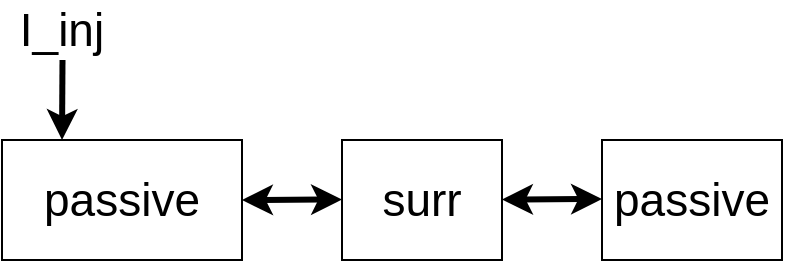
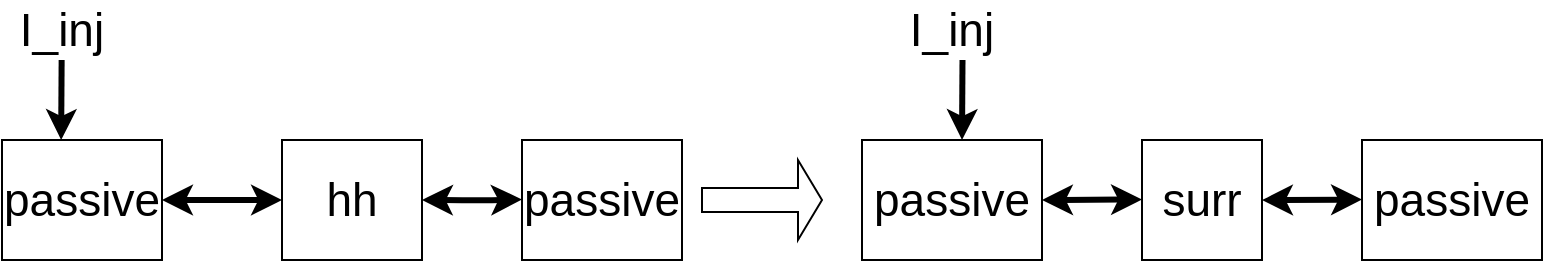
<mxfile host="65bd71144e">
    <diagram id="_xbEFQayqWQr-4GB-k65" name="Page-1">
-         <mxGraphModel dx="644" dy="670" grid="1" gridSize="10" guides="1" tooltips="1" connect="1" arrows="1" fold="1" page="1" pageScale="1" pageWidth="827" pageHeight="1169" math="0" shadow="0">
+         <mxGraphModel dx="1283" dy="591" grid="1" gridSize="10" guides="1" tooltips="1" connect="1" arrows="1" fold="1" page="1" pageScale="1" pageWidth="827" pageHeight="1169" math="0" shadow="0">
            <root>
                <mxCell id="0"/>
                <mxCell id="1" parent="0"/>
                <mxCell id="3" value="&lt;span style=&quot;font-size: 23px;&quot;&gt;surr&lt;/span&gt;" style="rounded=0;whiteSpace=wrap;html=1;" parent="1" vertex="1">
-                     <mxGeometry x="340" y="290" width="80" height="60" as="geometry"/>
+                     <mxGeometry x="320" y="290" width="60" height="60" as="geometry"/>
                </mxCell>
                <mxCell id="4" value="" style="endArrow=classic;startArrow=classic;html=1;strokeWidth=3;startFill=1;" parent="1" edge="1">
                    <mxGeometry width="50" height="50" relative="1" as="geometry">
-                         <mxPoint x="290" y="320" as="sourcePoint"/>
-                         <mxPoint x="340" y="319.75" as="targetPoint"/>
+                         <mxPoint x="270" y="320" as="sourcePoint"/>
+                         <mxPoint x="320" y="319.75" as="targetPoint"/>
                    </mxGeometry>
                </mxCell>
                <mxCell id="6" value="&lt;span style=&quot;font-size: 23px;&quot;&gt;passive&lt;/span&gt;" style="rounded=0;whiteSpace=wrap;html=1;" parent="1" vertex="1">
-                     <mxGeometry x="170" y="290" width="120" height="60" as="geometry"/>
+                     <mxGeometry x="180" y="290" width="90" height="60" as="geometry"/>
                </mxCell>
                <mxCell id="7" value="&lt;span style=&quot;font-size: 23px;&quot;&gt;passive&lt;/span&gt;" style="rounded=0;whiteSpace=wrap;html=1;" parent="1" vertex="1">
-                     <mxGeometry x="470" y="290" width="90" height="60" as="geometry"/>
+                     <mxGeometry x="430" y="290" width="90" height="60" as="geometry"/>
                </mxCell>
                <mxCell id="8" value="&lt;font style=&quot;font-size: 23px;&quot;&gt;I_inj&lt;/font&gt;" style="text;html=1;align=center;verticalAlign=middle;whiteSpace=wrap;rounded=0;" parent="1" vertex="1">
-                     <mxGeometry x="170" y="220" width="60" height="30" as="geometry"/>
+                     <mxGeometry x="195" y="225" width="60" height="20" as="geometry"/>
                </mxCell>
                <mxCell id="9" value="" style="endArrow=classic;html=1;strokeWidth=3;" parent="1" edge="1">
                    <mxGeometry width="50" height="50" relative="1" as="geometry">
-                         <mxPoint x="200.25" y="250" as="sourcePoint"/>
-                         <mxPoint x="200" y="290" as="targetPoint"/>
+                         <mxPoint x="230.25" y="250" as="sourcePoint"/>
+                         <mxPoint x="230" y="290" as="targetPoint"/>
                    </mxGeometry>
                </mxCell>
                <mxCell id="35" value="" style="endArrow=classic;startArrow=classic;html=1;strokeWidth=3;startFill=1;" parent="1" edge="1">
                    <mxGeometry width="50" height="50" relative="1" as="geometry">
-                         <mxPoint x="420" y="319.75" as="sourcePoint"/>
-                         <mxPoint x="470" y="319.5" as="targetPoint"/>
+                         <mxPoint x="380" y="320.05" as="sourcePoint"/>
+                         <mxPoint x="430" y="319.8" as="targetPoint"/>
                    </mxGeometry>
+                 </mxCell>
+                 <mxCell id="36" value="&lt;span style=&quot;font-size: 23px;&quot;&gt;hh&lt;/span&gt;" style="rounded=0;whiteSpace=wrap;html=1;" vertex="1" parent="1">
+                     <mxGeometry x="-110" y="290" width="70" height="60" as="geometry"/>
+                 </mxCell>
+                 <mxCell id="37" value="" style="endArrow=classic;startArrow=classic;html=1;strokeWidth=3;startFill=1;entryX=0;entryY=0.5;entryDx=0;entryDy=0;" edge="1" parent="1" target="36">
+                     <mxGeometry width="50" height="50" relative="1" as="geometry">
+                         <mxPoint x="-170" y="320" as="sourcePoint"/>
+                         <mxPoint x="-130" y="319.75" as="targetPoint"/>
+                     </mxGeometry>
+                 </mxCell>
+                 <mxCell id="38" value="&lt;span style=&quot;font-size: 23px;&quot;&gt;passive&lt;/span&gt;" style="rounded=0;whiteSpace=wrap;html=1;" vertex="1" parent="1">
+                     <mxGeometry x="-250" y="290" width="80" height="60" as="geometry"/>
+                 </mxCell>
+                 <mxCell id="39" value="&lt;span style=&quot;font-size: 23px;&quot;&gt;passive&lt;/span&gt;" style="rounded=0;whiteSpace=wrap;html=1;" vertex="1" parent="1">
+                     <mxGeometry x="10" y="290" width="80" height="60" as="geometry"/>
+                 </mxCell>
+                 <mxCell id="40" value="&lt;font style=&quot;font-size: 23px;&quot;&gt;I_inj&lt;/font&gt;" style="text;html=1;align=center;verticalAlign=middle;whiteSpace=wrap;rounded=0;" vertex="1" parent="1">
+                     <mxGeometry x="-250" y="220" width="60" height="30" as="geometry"/>
+                 </mxCell>
+                 <mxCell id="41" value="" style="endArrow=classic;html=1;strokeWidth=3;" edge="1" parent="1">
+                     <mxGeometry width="50" height="50" relative="1" as="geometry">
+                         <mxPoint x="-220.18" y="250" as="sourcePoint"/>
+                         <mxPoint x="-220.43" y="290" as="targetPoint"/>
+                     </mxGeometry>
+                 </mxCell>
+                 <mxCell id="42" value="" style="endArrow=classic;startArrow=classic;html=1;strokeWidth=3;startFill=1;" edge="1" parent="1">
+                     <mxGeometry width="50" height="50" relative="1" as="geometry">
+                         <mxPoint x="-40" y="319.94" as="sourcePoint"/>
+                         <mxPoint x="10" y="319.69" as="targetPoint"/>
+                         <Array as="points">
+                             <mxPoint x="-10" y="320.19"/>
+                         </Array>
+                     </mxGeometry>
+                 </mxCell>
+                 <mxCell id="43" value="" style="shape=singleArrow;whiteSpace=wrap;html=1;" vertex="1" parent="1">
+                     <mxGeometry x="100" y="300" width="60" height="40" as="geometry"/>
                </mxCell>
            </root>
        </mxGraphModel>
    </diagram>
</mxfile>